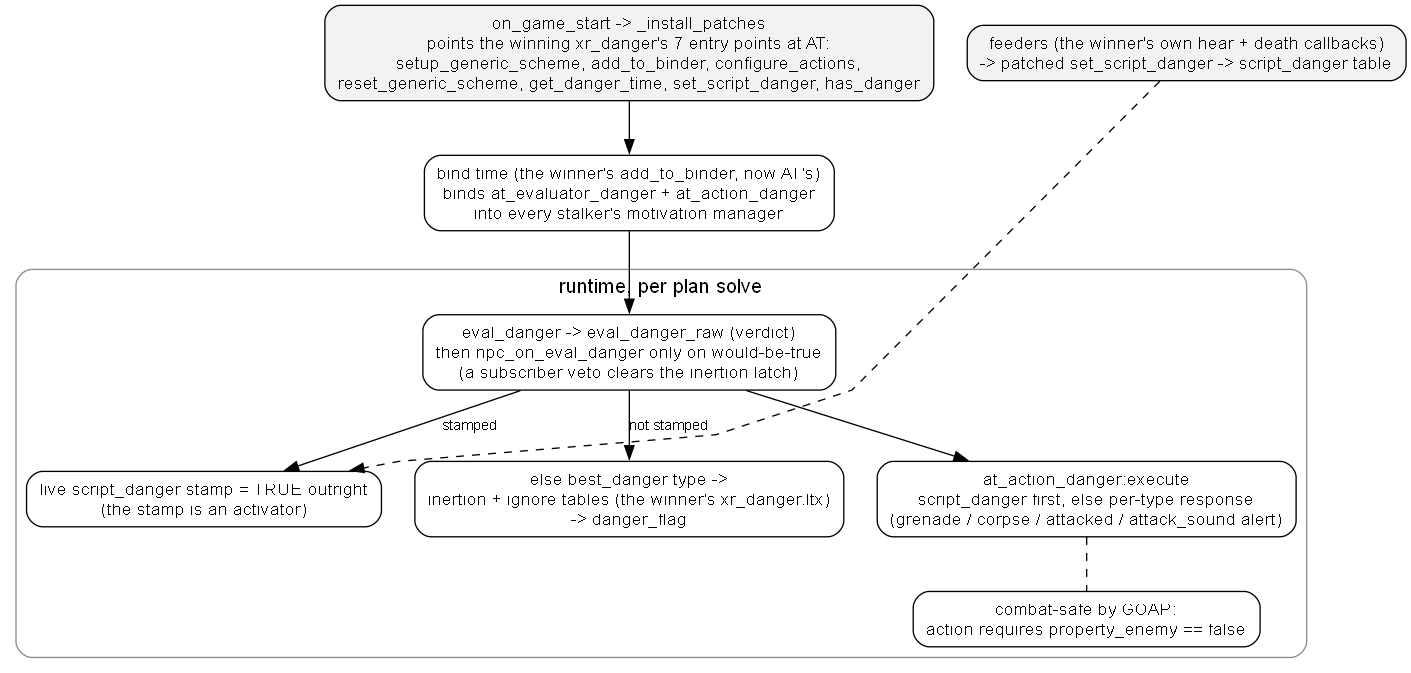
The Graphviz diagram doc/img/danger-patch.png in damiansirbu-stalker/AlifeTactics, before a commit. Its source is kept beside it as doc/img/danger-patch.dot.
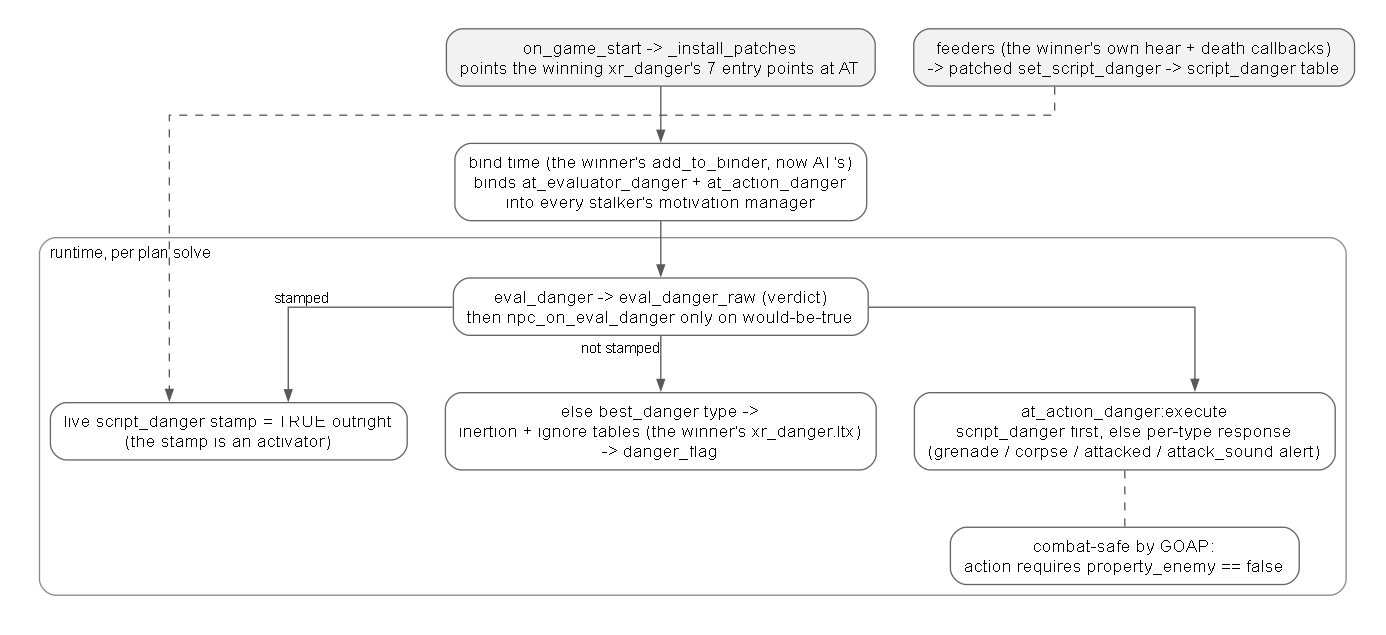
After the commit.

The edit, as a diff of the source:
```diff
@@ -1,34 +1,37 @@
 digraph at_danger_patch {
     rankdir=TB
-    splines=polyline
-    nodesep=0.35
-    ranksep=0.55
+    splines=ortho
+    pad=0.3
+    nodesep=0.4
+    ranksep=0.6
+    graph [fontname="Arial", fontsize=15]
+    node  [shape=box, style="rounded,filled", fillcolor=white,
+           color=gray40, fontname="Arial", fontsize=13, margin="0.15,0.09"]
+    edge  [fontname="Arial", fontsize=11, color=gray35, arrowsize=0.8]
 
-    node [shape=box, style="rounded,filled", fillcolor=white,
-          fontsize=13, fontname="Arial", margin="0.14,0.08"]
-    edge [fontsize=11, fontname="Arial"]
-    graph [fontsize=15, fontname="Arial"]
-
-    install [label="on_game_start -> _install_patches\npoints the winning xr_danger's 7 entry points at AT:\nsetup_generic_scheme, add_to_binder, configure_actions,\nreset_generic_scheme, get_danger_time, set_script_danger, has_danger", fillcolor=gray95]
+    install [label="on_game_start -> _install_patches\npoints the winning xr_danger's 7 entry points at AT", fillcolor=gray95]
 
     bind [label="bind time (the winner's add_to_binder, now AT's)\nbinds at_evaluator_danger + at_action_danger\ninto every stalker's motivation manager"]
 
     subgraph cluster_solve {
         label="runtime, per plan solve"
+        labeljust=l
+        fontname="Arial"
+        fontsize=12
         style=rounded
         color=gray55
-        eval [label="eval_danger -> eval_danger_raw (verdict)\nthen npc_on_eval_danger only on would-be-true\n(a subscriber veto clears the inertion latch)"]
+        eval  [label="eval_danger -> eval_danger_raw (verdict)\nthen npc_on_eval_danger only on would-be-true"]
         stamp [label="live script_danger stamp = TRUE outright\n(the stamp is an activator)"]
         table [label="else best_danger type ->\ninertion + ignore tables (the winner's xr_danger.ltx)\n-> danger_flag"]
-        act  [label="at_action_danger:execute\nscript_danger first, else per-type response\n(grenade / corpse / attacked / attack_sound alert)"]
-        safe [label="combat-safe by GOAP:\naction requires property_enemy == false"]
+        act   [label="at_action_danger:execute\nscript_danger first, else per-type response\n(grenade / corpse / attacked / attack_sound alert)"]
+        safe  [label="combat-safe by GOAP:\naction requires property_enemy == false"]
     }
 
     feeders [label="feeders (the winner's own hear + death callbacks)\n-> patched set_script_danger -> script_danger table", fillcolor=gray95]
 
     install -> bind -> eval
-    eval -> stamp [label="stamped"]
-    eval -> table [label="not stamped"]
+    eval -> stamp [xlabel="stamped"]
+    eval -> table [xlabel="not stamped"]
     eval -> act
     act -> safe [style=dashed, arrowhead=none]
     feeders -> stamp [style=dashed, constraint=false]
```
